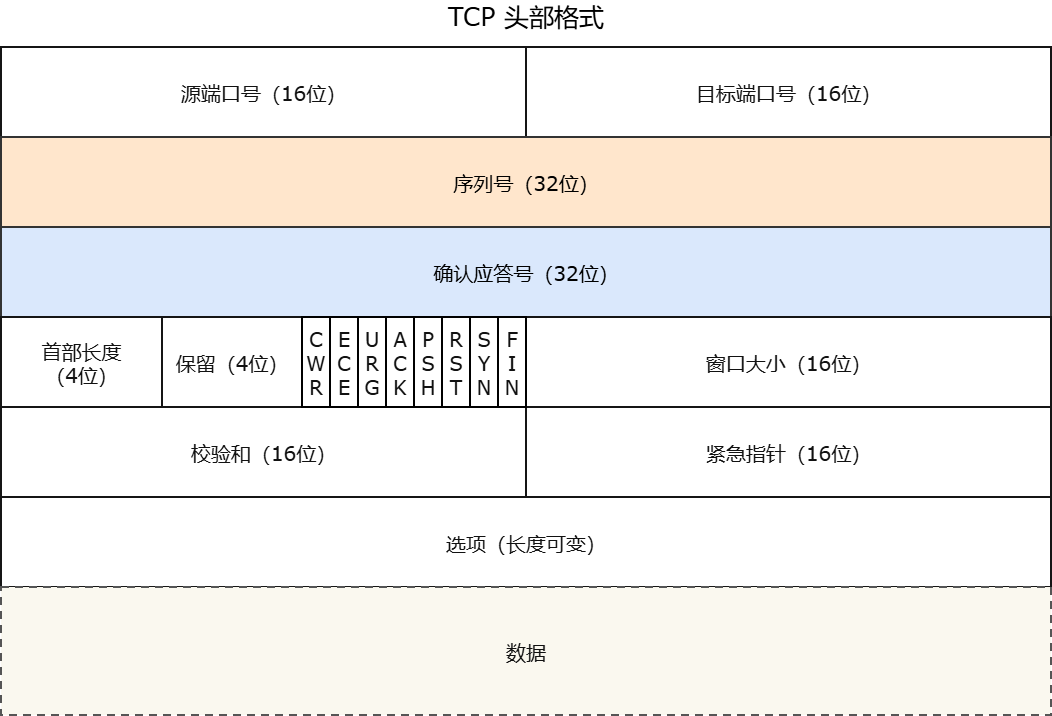
The draw.io diagram network/TCP 头部格式.drawio.png in oHo404/imgrepo, before a commit. Source tidied: cells renumbered, new cells last; positions are measured from the earlier drawing's top-left corner, leaving out a move shared by most shapes.
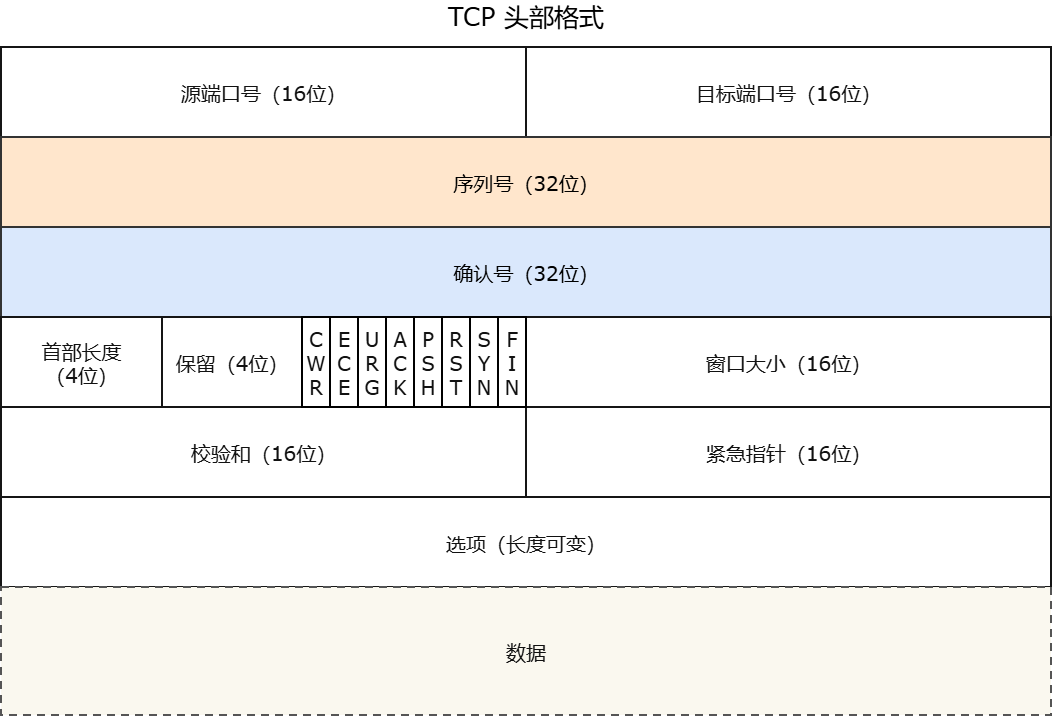
After the change.

Commit message:
更新TCP 头部格式.drawio.png

The edit, as a diff of the source:
```diff
@@ -11,7 +11,7 @@
     <mxCell id="4" value="序列号（32位）" style="rounded=0;whiteSpace=wrap;html=0;align=center;verticalAlign=middle;fontFamily=Verdana;fontSize=20;fontStyle=0;strokeColor=#333333;strokeWidth=2;fillColor=#ffe6cc;spacing=0;" parent="1" vertex="1">
       <mxGeometry y="137" width="1050" height="90" as="geometry" />
     </mxCell>
-    <mxCell id="5" value="确认应答号（32位）" style="rounded=0;whiteSpace=wrap;html=0;align=center;verticalAlign=middle;fontFamily=Verdana;fontSize=20;fontStyle=0;strokeColor=#333333;strokeWidth=2;fillColor=#dae8fc;spacing=0;" parent="1" vertex="1">
+    <mxCell id="5" value="确认号（32位）" style="rounded=0;whiteSpace=wrap;html=0;align=center;verticalAlign=middle;fontFamily=Verdana;fontSize=20;fontStyle=0;strokeColor=#333333;strokeWidth=2;fillColor=#dae8fc;spacing=0;" parent="1" vertex="1">
       <mxGeometry y="227" width="1050" height="90" as="geometry" />
     </mxCell>
     <mxCell id="6" value="首部长度&#10;（4位）" style="rounded=0;whiteSpace=wrap;html=0;align=center;verticalAlign=middle;fontFamily=Verdana;fontSize=20;fontStyle=0;fontColor=#111111;strokeColor=#151515;strokeWidth=2;fillColor=#FFFFFF;spacing=0;" parent="1" vertex="1">
```
